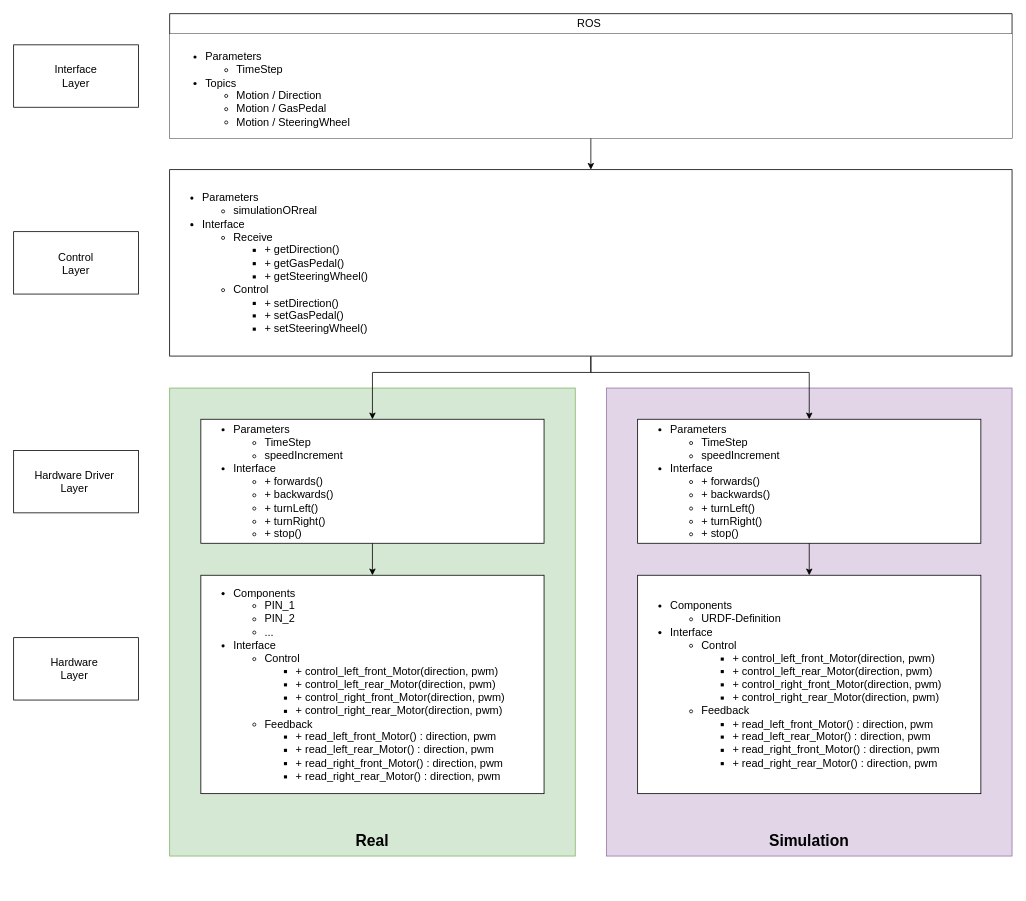
This is Documentation/Software_Architecture.drawio from ICH-BIN-HXM/RobCar, a draw.io file, before an edit. Source tidied: cells renumbered, new cells numbered last; positions are measured from the earlier drawing's top-left corner, leaving out a move shared by most shapes. Both pictures are drawn from the tidied source at 78%, with x=0, y=0 at pixel (13, 13).
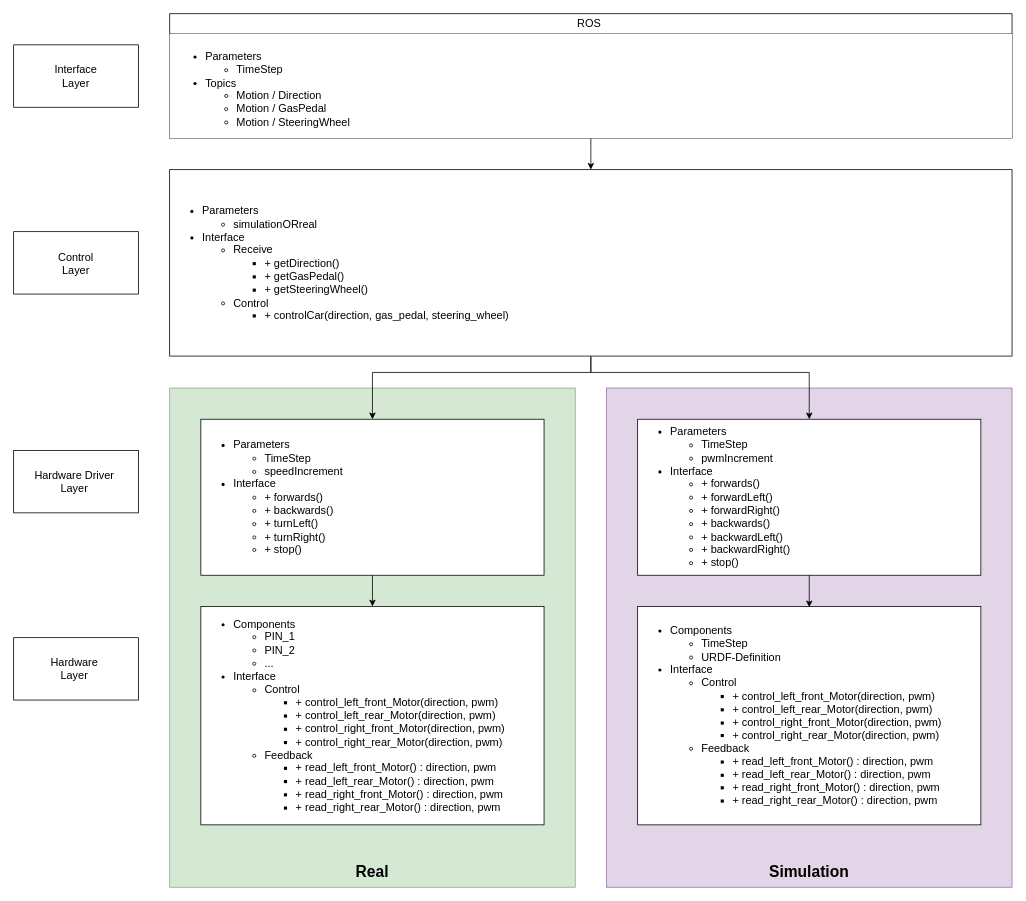
Above is the later version.

The edit, as a diff of the source:
```diff
@@
     <mxCell id="2" style="rounded=0;whiteSpace=wrap;html=1;fillColor=#d5e8d4;strokeColor=#82b366;fontSize=14;" parent="1" vertex="1">
-      <mxGeometry x="200" y="480" width="520" height="600" as="geometry" />
+      <mxGeometry x="200" y="480" width="520" height="640" as="geometry" />
     </mxCell>
     <mxCell id="3" value="&lt;ul style=&quot;font-size: 14px;&quot;&gt;&lt;li style=&quot;font-size: 14px;&quot;&gt;Parameters&amp;nbsp;&lt;/li&gt;&lt;ul style=&quot;font-size: 14px;&quot;&gt;&lt;li style=&quot;font-size: 14px;&quot;&gt;TimeStep&amp;nbsp;&lt;/li&gt;&lt;li style=&quot;font-size: 14px;&quot;&gt;speedIncrement&amp;nbsp;&lt;/li&gt;&lt;/ul&gt;&lt;li style=&quot;font-size: 14px;&quot;&gt;Interface&amp;nbsp;&lt;/li&gt;&lt;ul style=&quot;font-size: 14px;&quot;&gt;&lt;li style=&quot;font-size: 14px;&quot;&gt;+ forwards()&amp;nbsp;&lt;/li&gt;&lt;li style=&quot;font-size: 14px;&quot;&gt;+ backwards()&amp;nbsp;&lt;/li&gt;&lt;li style=&quot;font-size: 14px;&quot;&gt;+ turnLeft()&amp;nbsp;&lt;/li&gt;&lt;li style=&quot;font-size: 14px;&quot;&gt;+ turnRight()&amp;nbsp;&lt;/li&gt;&lt;li style=&quot;font-size: 14px;&quot;&gt;+ stop()&amp;nbsp;&lt;/li&gt;&lt;/ul&gt;&lt;/ul&gt;" style="rounded=0;whiteSpace=wrap;html=1;align=left;fontSize=14;" parent="1" vertex="1">
-      <mxGeometry x="240" y="520" width="440" height="159" as="geometry" />
+      <mxGeometry x="240" y="520" width="440" height="200" as="geometry" />
     </mxCell>
@@
     <mxCell id="6" value="&lt;ul style=&quot;font-size: 14px;&quot;&gt;&lt;li style=&quot;font-size: 14px;&quot;&gt;&lt;span style=&quot;background-color: initial; font-size: 14px;&quot;&gt;Components&amp;nbsp;&lt;/span&gt;&lt;/li&gt;&lt;ul style=&quot;font-size: 14px;&quot;&gt;&lt;li style=&quot;font-size: 14px;&quot;&gt;&lt;span style=&quot;background-color: initial; font-size: 14px;&quot;&gt;PIN_1&amp;nbsp;&lt;/span&gt;&lt;/li&gt;&lt;li style=&quot;font-size: 14px;&quot;&gt;&lt;span style=&quot;background-color: initial; font-size: 14px;&quot;&gt;PIN_2&amp;nbsp;&lt;/span&gt;&lt;/li&gt;&lt;li style=&quot;font-size: 14px;&quot;&gt;&lt;span style=&quot;background-color: initial; font-size: 14px;&quot;&gt;...&amp;nbsp;&lt;/span&gt;&lt;/li&gt;&lt;/ul&gt;&lt;li style=&quot;font-size: 14px;&quot;&gt;&lt;span style=&quot;background-color: initial; font-size: 14px;&quot;&gt;Interface&amp;nbsp;&lt;/span&gt;&lt;/li&gt;&lt;ul style=&quot;font-size: 14px;&quot;&gt;&lt;li style=&quot;font-size: 14px;&quot;&gt;Control&amp;nbsp;&lt;/li&gt;&lt;ul style=&quot;font-size: 14px;&quot;&gt;&lt;li style=&quot;font-size: 14px;&quot;&gt;+ control_left_front_Motor(direction, pwm)&amp;nbsp;&lt;/li&gt;&lt;li style=&quot;font-size: 14px;&quot;&gt;&lt;span style=&quot;color: rgb(0, 0, 0); font-size: 14px;&quot;&gt;+ control_left_rear_Motor(direction, pwm)&amp;nbsp;&lt;/span&gt;&lt;/li&gt;&lt;li style=&quot;font-size: 14px;&quot;&gt;&lt;span style=&quot;color: rgb(0, 0, 0); font-size: 14px;&quot;&gt;+ control_right_front_Motor(direction, pwm)&amp;nbsp;&lt;/span&gt;&lt;/li&gt;&lt;li style=&quot;font-size: 14px;&quot;&gt;&lt;span style=&quot;color: rgb(0, 0, 0); font-size: 14px;&quot;&gt;+ control_right_rear_Motor(direction, pwm)&amp;nbsp;&lt;/span&gt;&lt;/li&gt;&lt;/ul&gt;&lt;li style=&quot;font-size: 14px;&quot;&gt;&lt;font color=&quot;#000000&quot; style=&quot;font-size: 14px;&quot;&gt;Feedback&amp;nbsp;&lt;/font&gt;&lt;/li&gt;&lt;ul style=&quot;font-size: 14px;&quot;&gt;&lt;li style=&quot;border-color: var(--border-color); font-size: 14px;&quot;&gt;&lt;font style=&quot;border-color: var(--border-color); font-size: 14px;&quot; color=&quot;#000000&quot;&gt;+ read_left_front_Motor() : direction, pwm&amp;nbsp;&lt;/font&gt;&lt;/li&gt;&lt;li style=&quot;border-color: var(--border-color); font-size: 14px;&quot;&gt;&lt;font style=&quot;border-color: var(--border-color); font-size: 14px;&quot; color=&quot;#000000&quot;&gt;+ read_left_rear_Motor() : direction, pwm&amp;nbsp;&lt;/font&gt;&lt;/li&gt;&lt;li style=&quot;border-color: var(--border-color); font-size: 14px;&quot;&gt;&lt;font style=&quot;border-color: var(--border-color); font-size: 14px;&quot; color=&quot;#000000&quot;&gt;+ read_right_front_Motor() : direction, pwm&amp;nbsp;&lt;/font&gt;&lt;/li&gt;&lt;li style=&quot;border-color: var(--border-color); font-size: 14px;&quot;&gt;&lt;font style=&quot;border-color: var(--border-color); font-size: 14px;&quot; color=&quot;#000000&quot;&gt;+ read_right_rear_Motor() : direction, pwm&amp;nbsp;&lt;/font&gt;&lt;/li&gt;&lt;/ul&gt;&lt;/ul&gt;&lt;/ul&gt;" style="rounded=0;whiteSpace=wrap;html=1;align=left;fontSize=14;" parent="1" vertex="1">
-      <mxGeometry x="240" y="720" width="440" height="280" as="geometry" />
+      <mxGeometry x="240" y="760" width="440" height="280" as="geometry" />
     </mxCell>
-    <mxCell id="7" value="&lt;ul style=&quot;font-size: 14px;&quot;&gt;&lt;li style=&quot;font-size: 14px;&quot;&gt;Parameters&amp;nbsp;&lt;/li&gt;&lt;ul&gt;&lt;li style=&quot;font-size: 14px;&quot;&gt;simulationORreal&amp;nbsp;&lt;/li&gt;&lt;/ul&gt;&lt;li style=&quot;font-size: 14px;&quot;&gt;Interface&amp;nbsp;&lt;/li&gt;&lt;ul style=&quot;font-size: 14px;&quot;&gt;&lt;li style=&quot;font-size: 14px;&quot;&gt;Receive&amp;nbsp;&lt;/li&gt;&lt;ul style=&quot;font-size: 14px;&quot;&gt;&lt;li style=&quot;font-size: 14px;&quot;&gt;+ getDirection()&amp;nbsp;&lt;/li&gt;&lt;li style=&quot;font-size: 14px;&quot;&gt;+ getGasPedal()&amp;nbsp;&lt;/li&gt;&lt;li style=&quot;font-size: 14px;&quot;&gt;+ getSteeringWheel()&amp;nbsp;&lt;/li&gt;&lt;/ul&gt;&lt;li style=&quot;font-size: 14px;&quot;&gt;Control&amp;nbsp;&lt;/li&gt;&lt;ul style=&quot;font-size: 14px;&quot;&gt;&lt;li style=&quot;font-size: 14px;&quot;&gt;+ setDirection()&amp;nbsp;&lt;/li&gt;&lt;li style=&quot;font-size: 14px;&quot;&gt;+ setGasPedal()&amp;nbsp;&lt;/li&gt;&lt;li style=&quot;font-size: 14px;&quot;&gt;+ setSteeringWheel()&amp;nbsp;&lt;/li&gt;&lt;/ul&gt;&lt;/ul&gt;&lt;/ul&gt;" style="rounded=0;whiteSpace=wrap;html=1;align=left;fontSize=14;" parent="1" vertex="1">
+    <mxCell id="7" value="&lt;ul style=&quot;font-size: 14px;&quot;&gt;&lt;li style=&quot;font-size: 14px;&quot;&gt;Parameters&amp;nbsp;&lt;/li&gt;&lt;ul&gt;&lt;li style=&quot;font-size: 14px;&quot;&gt;simulationORreal&amp;nbsp;&lt;/li&gt;&lt;/ul&gt;&lt;li style=&quot;font-size: 14px;&quot;&gt;Interface&amp;nbsp;&lt;/li&gt;&lt;ul style=&quot;font-size: 14px;&quot;&gt;&lt;li style=&quot;font-size: 14px;&quot;&gt;Receive&amp;nbsp;&lt;/li&gt;&lt;ul style=&quot;font-size: 14px;&quot;&gt;&lt;li style=&quot;font-size: 14px;&quot;&gt;+ getDirection()&amp;nbsp;&lt;/li&gt;&lt;li style=&quot;font-size: 14px;&quot;&gt;+ getGasPedal()&amp;nbsp;&lt;/li&gt;&lt;li style=&quot;font-size: 14px;&quot;&gt;+ getSteeringWheel()&amp;nbsp;&lt;/li&gt;&lt;/ul&gt;&lt;li style=&quot;font-size: 14px;&quot;&gt;Control&amp;nbsp;&lt;/li&gt;&lt;ul style=&quot;font-size: 14px;&quot;&gt;&lt;li style=&quot;font-size: 14px;&quot;&gt;+ controlCar(direction, gas_pedal, steering_wheel)&amp;nbsp;&lt;/li&gt;&lt;/ul&gt;&lt;/ul&gt;&lt;/ul&gt;" style="rounded=0;whiteSpace=wrap;html=1;align=left;fontSize=14;" parent="1" vertex="1">
       <mxGeometry x="200" y="200" width="1080" height="239" as="geometry" />
     </mxCell>
@@
     <mxCell id="12" value="Real" style="text;html=1;strokeColor=none;fillColor=none;align=center;verticalAlign=middle;whiteSpace=wrap;rounded=0;fontSize=20;fontStyle=1;" parent="1" vertex="1">
-      <mxGeometry x="200" y="1040" width="520" height="40" as="geometry" />
+      <mxGeometry x="200" y="1080" width="520" height="40" as="geometry" />
     </mxCell>
     <mxCell id="13" style="rounded=0;whiteSpace=wrap;html=1;fillColor=#e1d5e7;strokeColor=#9673a6;fontSize=14;" parent="1" vertex="1">
-      <mxGeometry x="760" y="480" width="520" height="600" as="geometry" />
+      <mxGeometry x="760" y="480" width="520" height="640" as="geometry" />
     </mxCell>
-    <mxCell id="14" value="&lt;ul style=&quot;font-size: 14px;&quot;&gt;&lt;li style=&quot;font-size: 14px;&quot;&gt;Parameters&amp;nbsp;&lt;/li&gt;&lt;ul style=&quot;font-size: 14px;&quot;&gt;&lt;li style=&quot;font-size: 14px;&quot;&gt;TimeStep&amp;nbsp;&lt;/li&gt;&lt;li style=&quot;font-size: 14px;&quot;&gt;speedIncrement&amp;nbsp;&lt;/li&gt;&lt;/ul&gt;&lt;li style=&quot;font-size: 14px;&quot;&gt;Interface&amp;nbsp;&lt;/li&gt;&lt;ul style=&quot;font-size: 14px;&quot;&gt;&lt;li style=&quot;font-size: 14px;&quot;&gt;+ forwards()&amp;nbsp;&lt;/li&gt;&lt;li style=&quot;font-size: 14px;&quot;&gt;+ backwards()&amp;nbsp;&lt;/li&gt;&lt;li style=&quot;font-size: 14px;&quot;&gt;+ turnLeft()&amp;nbsp;&lt;/li&gt;&lt;li style=&quot;font-size: 14px;&quot;&gt;+ turnRight()&amp;nbsp;&lt;/li&gt;&lt;li style=&quot;font-size: 14px;&quot;&gt;+ stop()&amp;nbsp;&lt;/li&gt;&lt;/ul&gt;&lt;/ul&gt;" style="rounded=0;whiteSpace=wrap;html=1;align=left;fontSize=14;" parent="1" vertex="1">
-      <mxGeometry x="800" y="520" width="440" height="159" as="geometry" />
+    <mxCell id="14" value="&lt;ul style=&quot;&quot;&gt;&lt;li style=&quot;font-size: 14px;&quot;&gt;Parameters&amp;nbsp;&lt;/li&gt;&lt;ul style=&quot;font-size: 14px;&quot;&gt;&lt;li style=&quot;font-size: 14px;&quot;&gt;TimeStep&amp;nbsp;&lt;/li&gt;&lt;li style=&quot;font-size: 14px;&quot;&gt;pwmIncrement&amp;nbsp;&lt;/li&gt;&lt;/ul&gt;&lt;li style=&quot;&quot;&gt;Interface&amp;nbsp;&lt;/li&gt;&lt;ul style=&quot;font-size: 14px;&quot;&gt;&lt;li style=&quot;&quot;&gt;+ forwards()&amp;nbsp;&lt;/li&gt;&lt;li style=&quot;&quot;&gt;+ forwardLeft()&amp;nbsp;&lt;/li&gt;&lt;li style=&quot;&quot;&gt;+ forwardRight()&amp;nbsp;&lt;/li&gt;&lt;li style=&quot;&quot;&gt;+ backwards()&amp;nbsp;&lt;/li&gt;&lt;li style=&quot;&quot;&gt;+ backwardLeft()&amp;nbsp;&lt;/li&gt;&lt;li style=&quot;&quot;&gt;+ backwardRight()&amp;nbsp;&lt;/li&gt;&lt;li style=&quot;&quot;&gt;+ stop()&amp;nbsp;&lt;/li&gt;&lt;/ul&gt;&lt;/ul&gt;" style="rounded=0;whiteSpace=wrap;html=1;align=left;fontSize=14;" parent="1" vertex="1">
+      <mxGeometry x="800" y="520" width="440" height="200" as="geometry" />
     </mxCell>
-    <mxCell id="15" value="&lt;ul style=&quot;font-size: 14px;&quot;&gt;&lt;li style=&quot;font-size: 14px;&quot;&gt;&lt;span style=&quot;background-color: initial; font-size: 14px;&quot;&gt;Components&amp;nbsp;&lt;/span&gt;&lt;/li&gt;&lt;ul style=&quot;font-size: 14px;&quot;&gt;&lt;li style=&quot;font-size: 14px;&quot;&gt;URDF-Definition&amp;nbsp;&lt;/li&gt;&lt;/ul&gt;&lt;li style=&quot;font-size: 14px;&quot;&gt;&lt;span style=&quot;background-color: initial; font-size: 14px;&quot;&gt;Interface&amp;nbsp;&lt;/span&gt;&lt;/li&gt;&lt;ul style=&quot;font-size: 14px;&quot;&gt;&lt;li style=&quot;font-size: 14px;&quot;&gt;Control&amp;nbsp;&lt;/li&gt;&lt;ul style=&quot;font-size: 14px;&quot;&gt;&lt;li style=&quot;font-size: 14px;&quot;&gt;+ control_left_front_Motor(direction, pwm)&amp;nbsp;&lt;/li&gt;&lt;li style=&quot;font-size: 14px;&quot;&gt;&lt;span style=&quot;color: rgb(0, 0, 0); font-size: 14px;&quot;&gt;+ control_left_rear_Motor(direction, pwm)&amp;nbsp;&lt;/span&gt;&lt;/li&gt;&lt;li style=&quot;font-size: 14px;&quot;&gt;&lt;span style=&quot;color: rgb(0, 0, 0); font-size: 14px;&quot;&gt;+ control_right_front_Motor(direction, pwm)&amp;nbsp;&lt;/span&gt;&lt;/li&gt;&lt;li style=&quot;font-size: 14px;&quot;&gt;&lt;span style=&quot;color: rgb(0, 0, 0); font-size: 14px;&quot;&gt;+ control_right_rear_Motor(direction, pwm)&amp;nbsp;&lt;/span&gt;&lt;/li&gt;&lt;/ul&gt;&lt;li style=&quot;font-size: 14px;&quot;&gt;&lt;font color=&quot;#000000&quot; style=&quot;font-size: 14px;&quot;&gt;Feedback&amp;nbsp;&lt;/font&gt;&lt;/li&gt;&lt;ul style=&quot;font-size: 14px;&quot;&gt;&lt;li style=&quot;border-color: var(--border-color); font-size: 14px;&quot;&gt;&lt;font style=&quot;border-color: var(--border-color); font-size: 14px;&quot; color=&quot;#000000&quot;&gt;+ read_left_front_Motor() : direction, pwm&amp;nbsp;&lt;/font&gt;&lt;/li&gt;&lt;li style=&quot;border-color: var(--border-color); font-size: 14px;&quot;&gt;&lt;font style=&quot;border-color: var(--border-color); font-size: 14px;&quot; color=&quot;#000000&quot;&gt;+ read_left_rear_Motor() : direction, pwm&amp;nbsp;&lt;/font&gt;&lt;/li&gt;&lt;li style=&quot;border-color: var(--border-color); font-size: 14px;&quot;&gt;&lt;font style=&quot;border-color: var(--border-color); font-size: 14px;&quot; color=&quot;#000000&quot;&gt;+ read_right_front_Motor() : direction, pwm&amp;nbsp;&lt;/font&gt;&lt;/li&gt;&lt;li style=&quot;border-color: var(--border-color); font-size: 14px;&quot;&gt;&lt;font style=&quot;border-color: var(--border-color); font-size: 14px;&quot; color=&quot;#000000&quot;&gt;+ read_right_rear_Motor() : direction, pwm&amp;nbsp;&lt;/font&gt;&lt;/li&gt;&lt;/ul&gt;&lt;/ul&gt;&lt;/ul&gt;" style="rounded=0;whiteSpace=wrap;html=1;align=left;fontSize=14;" parent="1" vertex="1">
-      <mxGeometry x="800" y="720" width="440" height="280" as="geometry" />
+    <mxCell id="15" value="&lt;ul style=&quot;font-size: 14px;&quot;&gt;&lt;li style=&quot;font-size: 14px;&quot;&gt;&lt;span style=&quot;background-color: initial; font-size: 14px;&quot;&gt;Components&amp;nbsp;&lt;/span&gt;&lt;/li&gt;&lt;ul style=&quot;font-size: 14px;&quot;&gt;&lt;li style=&quot;font-size: 14px;&quot;&gt;&lt;span style=&quot;background-color: initial; font-size: 14px;&quot;&gt;TimeStep&lt;/span&gt;&lt;/li&gt;&lt;li style=&quot;font-size: 14px;&quot;&gt;URDF-Definition&amp;nbsp;&lt;/li&gt;&lt;/ul&gt;&lt;li style=&quot;font-size: 14px;&quot;&gt;&lt;span style=&quot;background-color: initial; font-size: 14px;&quot;&gt;Interface&amp;nbsp;&lt;/span&gt;&lt;/li&gt;&lt;ul style=&quot;font-size: 14px;&quot;&gt;&lt;li style=&quot;font-size: 14px;&quot;&gt;Control&amp;nbsp;&lt;/li&gt;&lt;ul style=&quot;font-size: 14px;&quot;&gt;&lt;li style=&quot;font-size: 14px;&quot;&gt;+ control_left_front_Motor(direction, pwm)&amp;nbsp;&lt;/li&gt;&lt;li style=&quot;font-size: 14px;&quot;&gt;&lt;span style=&quot;color: rgb(0, 0, 0); font-size: 14px;&quot;&gt;+ control_left_rear_Motor(direction, pwm)&amp;nbsp;&lt;/span&gt;&lt;/li&gt;&lt;li style=&quot;font-size: 14px;&quot;&gt;&lt;span style=&quot;color: rgb(0, 0, 0); font-size: 14px;&quot;&gt;+ control_right_front_Motor(direction, pwm)&amp;nbsp;&lt;/span&gt;&lt;/li&gt;&lt;li style=&quot;font-size: 14px;&quot;&gt;&lt;span style=&quot;color: rgb(0, 0, 0); font-size: 14px;&quot;&gt;+ control_right_rear_Motor(direction, pwm)&amp;nbsp;&lt;/span&gt;&lt;/li&gt;&lt;/ul&gt;&lt;li style=&quot;font-size: 14px;&quot;&gt;&lt;font color=&quot;#000000&quot; style=&quot;font-size: 14px;&quot;&gt;Feedback&amp;nbsp;&lt;/font&gt;&lt;/li&gt;&lt;ul style=&quot;font-size: 14px;&quot;&gt;&lt;li style=&quot;border-color: var(--border-color); font-size: 14px;&quot;&gt;&lt;font style=&quot;border-color: var(--border-color); font-size: 14px;&quot; color=&quot;#000000&quot;&gt;+ read_left_front_Motor() : direction, pwm&amp;nbsp;&lt;/font&gt;&lt;/li&gt;&lt;li style=&quot;border-color: var(--border-color); font-size: 14px;&quot;&gt;&lt;font style=&quot;border-color: var(--border-color); font-size: 14px;&quot; color=&quot;#000000&quot;&gt;+ read_left_rear_Motor() : direction, pwm&amp;nbsp;&lt;/font&gt;&lt;/li&gt;&lt;li style=&quot;border-color: var(--border-color); font-size: 14px;&quot;&gt;&lt;font style=&quot;border-color: var(--border-color); font-size: 14px;&quot; color=&quot;#000000&quot;&gt;+ read_right_front_Motor() : direction, pwm&amp;nbsp;&lt;/font&gt;&lt;/li&gt;&lt;li style=&quot;border-color: var(--border-color); font-size: 14px;&quot;&gt;&lt;font style=&quot;border-color: var(--border-color); font-size: 14px;&quot; color=&quot;#000000&quot;&gt;+ read_right_rear_Motor() : direction, pwm&amp;nbsp;&lt;/font&gt;&lt;/li&gt;&lt;/ul&gt;&lt;/ul&gt;&lt;/ul&gt;" style="rounded=0;whiteSpace=wrap;html=1;align=left;fontSize=14;" parent="1" vertex="1">
+      <mxGeometry x="800" y="760" width="440" height="280" as="geometry" />
     </mxCell>
     <mxCell id="16" value="Simulation" style="text;html=1;strokeColor=none;fillColor=none;align=center;verticalAlign=middle;whiteSpace=wrap;rounded=0;fontSize=20;fontStyle=1;" parent="1" vertex="1">
-      <mxGeometry x="760" y="1040" width="520" height="40" as="geometry" />
+      <mxGeometry x="760" y="1080" width="520" height="40" as="geometry" />
     </mxCell>
@@
     <mxCell id="21" style="endArrow=classic;html=1;rounded=0;entryX=0.5;entryY=0;entryDx=0;entryDy=0;exitX=0.5;exitY=1;exitDx=0;exitDy=0;" parent="1" edge="1">
       <mxGeometry relative="1" as="geometry">
-        <mxPoint x="1020" y="679" as="sourcePoint" />
-        <mxPoint x="1020" y="720" as="targetPoint" />
+        <mxPoint x="1020" y="720" as="sourcePoint" />
+        <mxPoint x="1020" y="761" as="targetPoint" />
       </mxGeometry>
     </mxCell>
```
